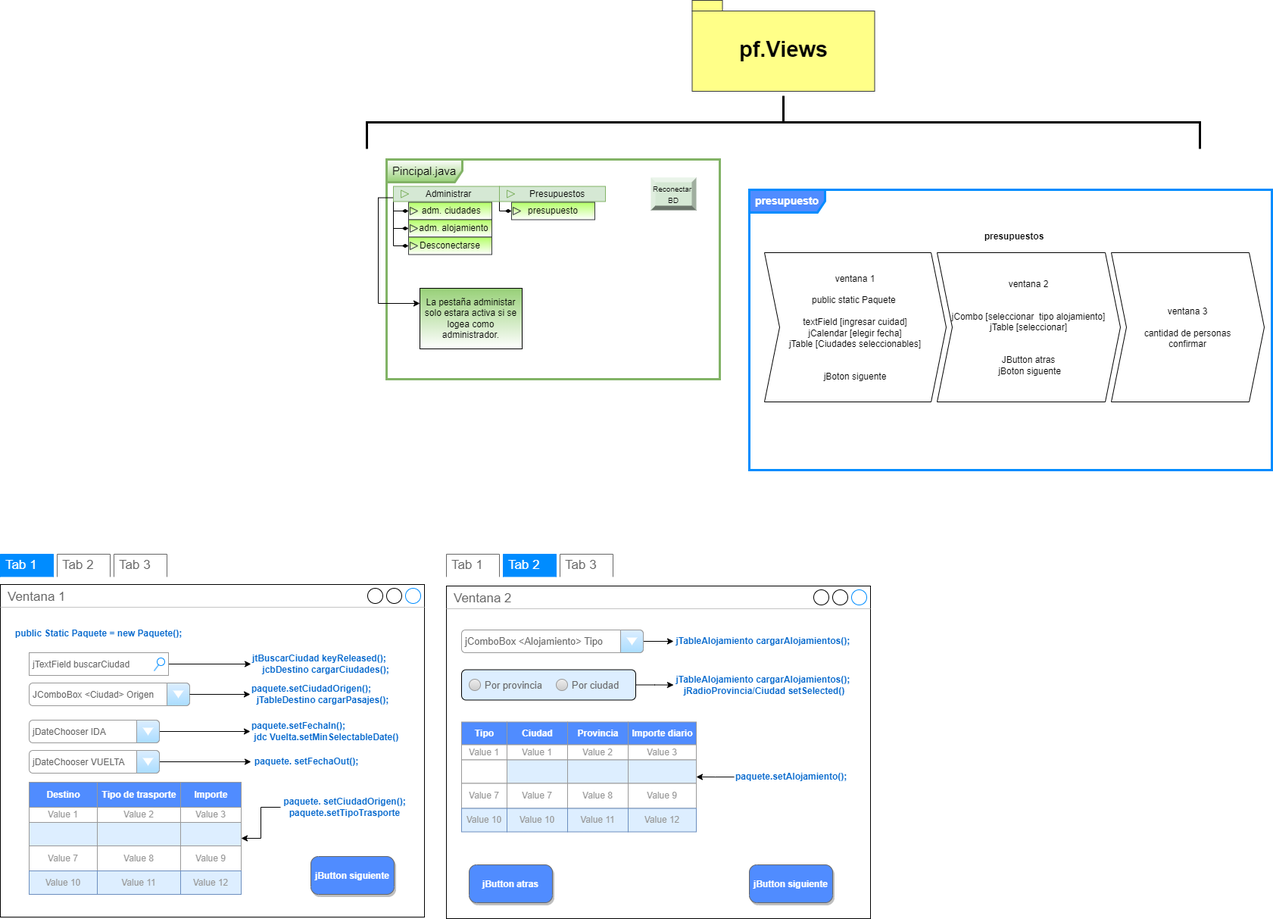
AlanGabrielPerez/ProyectoFinalGrupo67 keeps this draw.io diagram as src/Img/Diagramas/PF_Views.png. Above is the earlier version. Source tidied: cells renumbered, new cells last; positions are measured from the earlier drawing's top-left corner, leaving out a move shared by most shapes.
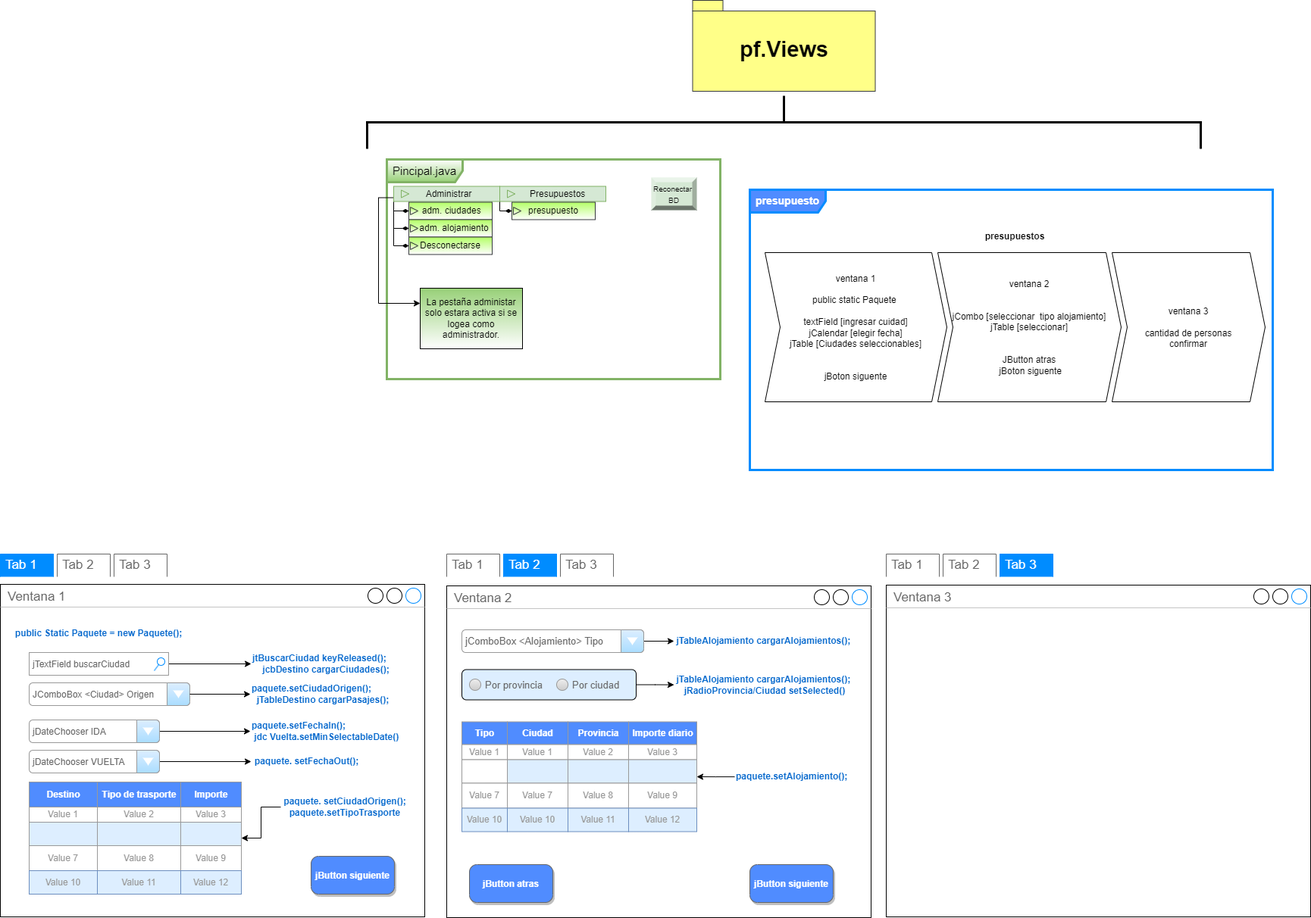
Above is the later version.

Diff of the diagram source:
```diff
@@ -161,7 +161,7 @@
       <mxGeometry x="739" y="1120" width="70" height="30" as="geometry" />
     </mxCell>
     <mxCell id="52" value="Ventana 2" style="strokeWidth=1;shadow=0;dashed=0;align=center;html=1;shape=mxgraph.mockup.containers.window;align=left;verticalAlign=top;spacingLeft=8;strokeColor2=#008cff;strokeColor3=#c4c4c4;fontColor=#666666;mainText=;fontSize=17;labelBackgroundColor=none;whiteSpace=wrap;" parent="1" vertex="1">
-      <mxGeometry x="589" y="1162" width="560" height="439" as="geometry" />
+      <mxGeometry x="589" y="1162" width="560" height="438" as="geometry" />
     </mxCell>
     <mxCell id="53" value="Assets" style="strokeColor=none;fillColor=#DDEEFF;shadow=0;fontColor=#999999;" parent="1" vertex="1">
       <mxGeometry x="38" y="1421" width="280" height="148" as="geometry" />
@@ -340,5 +340,17 @@
     <mxCell id="111" value="Value 10" style="strokeColor=#6c8ebf;fillColor=#DDEEFF;whiteSpace=wrap;html=1;fontColor=#999999;" parent="1" vertex="1">
       <mxGeometry x="609" y="1455.5" width="60" height="31" as="geometry" />
     </mxCell>
+    <mxCell id="112" value="Tab 1" style="strokeWidth=1;shadow=0;dashed=0;align=center;html=1;shape=mxgraph.mockup.forms.uRect;fontSize=17;fontColor=#666666;align=left;spacingLeft=5;strokeColor=#666666;" parent="1" vertex="1">
+      <mxGeometry x="1169" y="1120" width="70" height="30" as="geometry" />
+    </mxCell>
+    <mxCell id="113" value="Tab 2" style="strokeWidth=1;shadow=0;dashed=0;align=center;html=1;shape=mxgraph.mockup.forms.uRect;fontSize=17;fontColor=#666666;align=left;spacingLeft=5;strokeColor=#666666;" parent="1" vertex="1">
+      <mxGeometry x="1244" y="1120" width="70" height="30" as="geometry" />
+    </mxCell>
+    <mxCell id="114" value="Tab 3" style="strokeWidth=1;shadow=0;dashed=0;align=center;html=1;shape=mxgraph.mockup.forms.uRect;fontSize=17;fontColor=#ffffff;align=left;spacingLeft=5;strokeColor=#008cff;fillColor=#008cff;" parent="1" vertex="1">
+      <mxGeometry x="1319" y="1120" width="70" height="30" as="geometry" />
+    </mxCell>
+    <mxCell id="115" value="Ventana 3" style="strokeWidth=1;shadow=0;dashed=0;align=center;html=1;shape=mxgraph.mockup.containers.window;align=left;verticalAlign=top;spacingLeft=8;strokeColor2=#008cff;strokeColor3=#c4c4c4;fontColor=#666666;mainText=;fontSize=17;labelBackgroundColor=none;whiteSpace=wrap;" parent="1" vertex="1">
+      <mxGeometry x="1169" y="1161" width="560" height="438" as="geometry" />
+    </mxCell>
   </root>
 </mxGraphModel>
```
